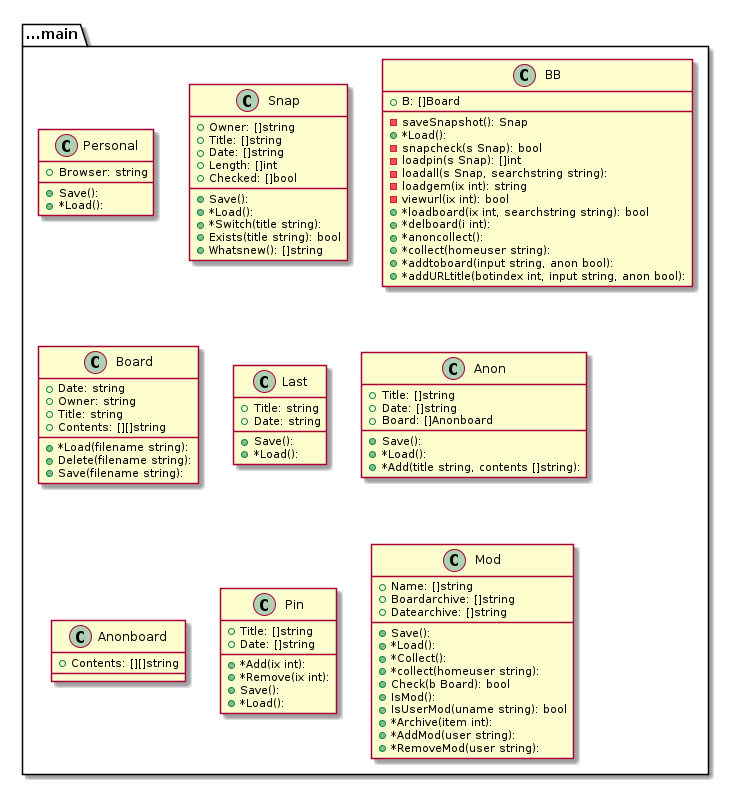
The PlantUML diagram graph.png in tbal999/bb, before a commit.
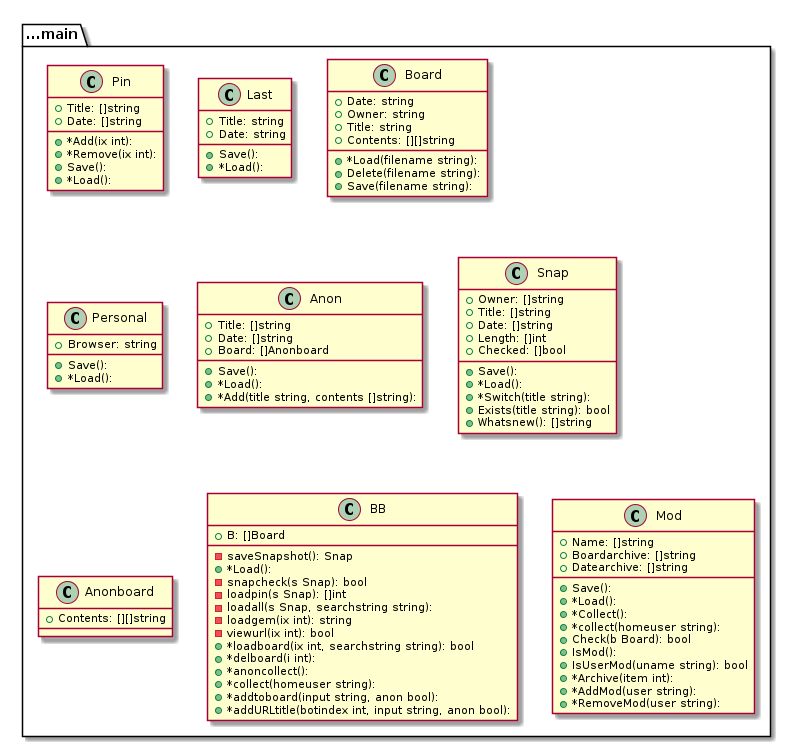
The same file after the commit.

What changed in the source:
```diff
@@ -1,9 +1,48 @@
 @startuml
+package ...main{
+class Pin {
++Title: []string
++Date: []string
++*Add(ix int):
++*Remove(ix int):
++Save():
++*Load():
+}
+}
+package ...main{
+class Last {
++Title: string
++Date: string
++Save():
++*Load():
+}
+}
+package ...main{
+class Board {
++Date: string
++Owner: string
++Title: string
++Contents: [][]string
++*Load(filename string):
++Delete(filename string):
++Save(filename string):
+}
+}
 package ...main{
 class Personal {
 +Browser: string
 +Save():
 +*Load():
+}
+}
+package ...main{
+class Anon {
++Title: []string
++Date: []string
++Board: []Anonboard
++Save():
++*Load():
++*Add(title string, contents []string):
 }
 }
 package ...main{
@@ -18,6 +57,12 @@
 +*Switch(title string):
 +Exists(title string): bool
 +Whatsnew(): []string
+}
+}
+package ...main{
+class Anonboard {
++Contents: [][]string
+
 }
 }
 package ...main{
@@ -39,51 +84,6 @@
 }
 }
 package ...main{
-class Board {
-+Date: string
-+Owner: string
-+Title: string
-+Contents: [][]string
-+*Load(filename string):
-+Delete(filename string):
-+Save(filename string):
-}
-}
-package ...main{
-class Last {
-+Title: string
-+Date: string
-+Save():
-+*Load():
-}
-}
-package ...main{
-class Anon {
-+Title: []string
-+Date: []string
-+Board: []Anonboard
-+Save():
-+*Load():
-+*Add(title string, contents []string):
-}
-}
-package ...main{
-class Anonboard {
-+Contents: [][]string
-
-}
-}
-package ...main{
-class Pin {
-+Title: []string
-+Date: []string
-+*Add(ix int):
-+*Remove(ix int):
-+Save():
-+*Load():
-}
-}
-package ...main{
 class Mod {
 +Name: []string
 +Boardarchive: []string
```
